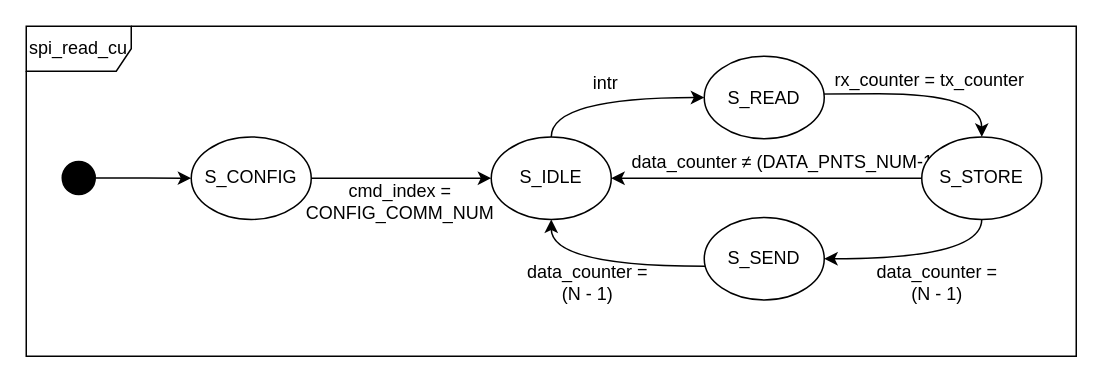
Earlier version of the draw.io diagram page "control_unit" (3 of 3) of 01_doc/03_drawings/01_design/spi_read_acc.drawio (Diogofernandes5/mthesis). Source tidied: cells renumbered, new cells numbered last; positions are measured from the earlier drawing's top-left corner, leaving out a move shared by most shapes. Both pictures are drawn from the tidied source at 150%, with x=0, y=0 at pixel (26, 26).
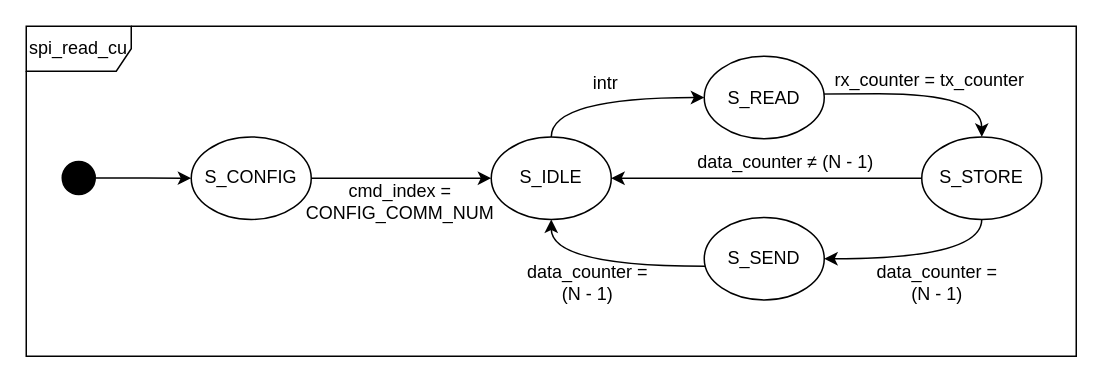
The same diagram, later.

The change refers to these unchanged cells:
```xml
<mxCell id="17" style="edgeStyle=orthogonalEdgeStyle;rounded=0;jettySize=auto;html=1;entryX=1;entryY=0.5;entryDx=0;entryDy=0;" parent="1" edge="1" source="19" target="10">
  <mxGeometry relative="1" as="geometry" />
</mxCell>
```

Diff of the diagram source:
```diff
@@
-    <mxCell id="18" value="data_counter ≠ (DATA_PNTS_NUM-1)" style="edgeLabel;html=1;align=center;verticalAlign=middle;fontFamily=NewsGotT;fontSize=12;" parent="17" vertex="1">
+    <mxCell id="18" value="data_counter ≠ (N - 1)" style="edgeLabel;html=1;align=center;verticalAlign=middle;fontFamily=NewsGotT;fontSize=12;" parent="17" vertex="1">
       <mxGeometry x="-0.11" relative="1" as="geometry">
         <mxPoint y="-11" as="offset" />
       </mxGeometry>
     </mxCell>
```
